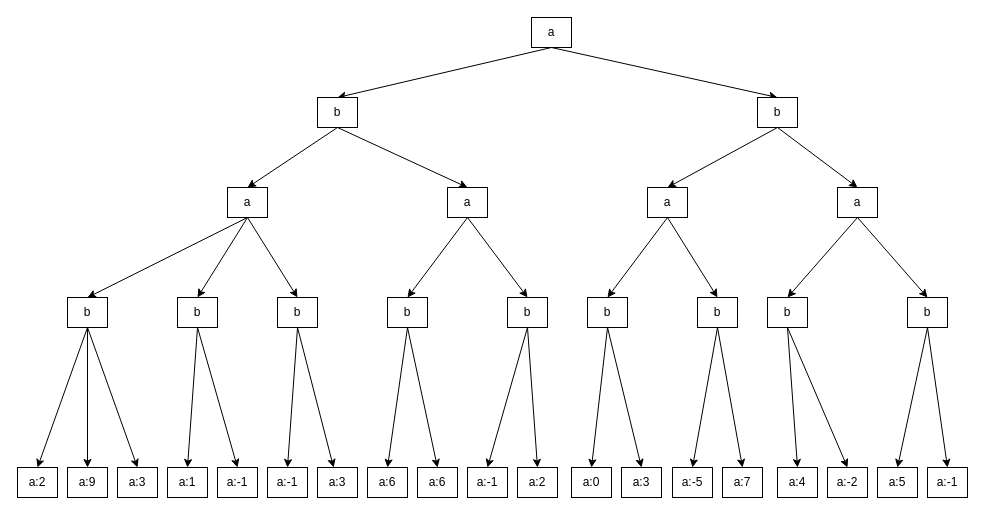
Earlier version of the draw.io diagram page "极小值极大值搜索" (1 of 3) of ai_panorama_lesson/ai_ panorama_lesson.drawio (narutozxp/iodraw). Source tidied: cells renumbered, new cells numbered last; positions are measured from the earlier drawing's top-left corner, leaving out a move shared by most shapes. Both pictures are drawn from the tidied source at 100%, with x=0, y=0 at pixel (17, 17).
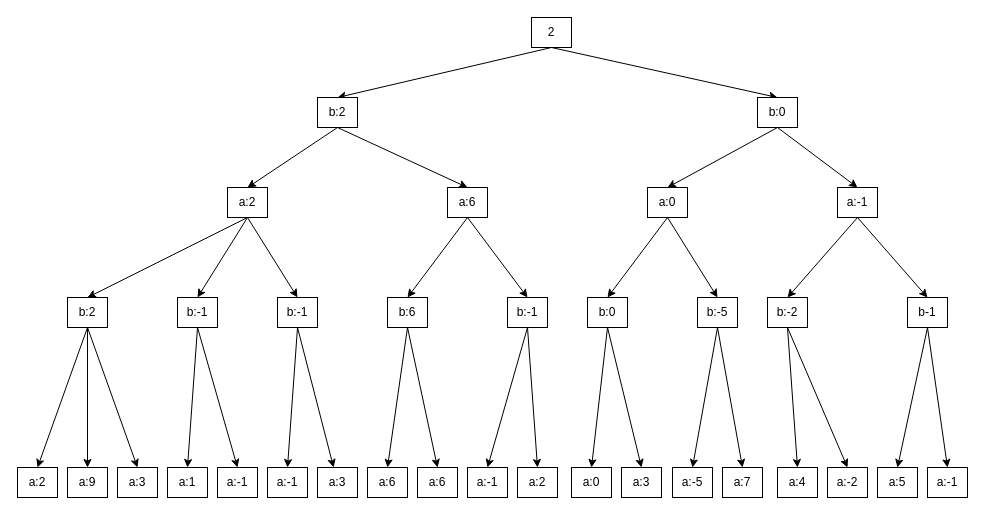
After the change.

Diff of the diagram source:
```diff
@@
-    <mxCell id="5" value="b" style="rounded=0;whiteSpace=wrap;html=1;" parent="1" vertex="1">
+    <mxCell id="5" value="b:2" style="rounded=0;whiteSpace=wrap;html=1;" parent="1" vertex="1">
       <mxGeometry x="50" y="280" width="40" height="30" as="geometry" />
     </mxCell>
@@
-    <mxCell id="8" value="b" style="rounded=0;whiteSpace=wrap;html=1;" parent="1" vertex="1">
+    <mxCell id="8" value="b:-1" style="rounded=0;whiteSpace=wrap;html=1;" parent="1" vertex="1">
       <mxGeometry x="160" y="280" width="40" height="30" as="geometry" />
     </mxCell>
@@
-    <mxCell id="11" value="b" style="rounded=0;whiteSpace=wrap;html=1;" parent="1" vertex="1">
+    <mxCell id="11" value="b:-1" style="rounded=0;whiteSpace=wrap;html=1;" parent="1" vertex="1">
       <mxGeometry x="260" y="280" width="40" height="30" as="geometry" />
     </mxCell>
@@
-    <mxCell id="14" value="a" style="rounded=0;whiteSpace=wrap;html=1;" parent="1" vertex="1">
+    <mxCell id="14" value="2" style="rounded=0;whiteSpace=wrap;html=1;" parent="1" vertex="1">
       <mxGeometry x="514" width="40" height="30" as="geometry" />
     </mxCell>
@@
-    <mxCell id="17" value="b" style="rounded=0;whiteSpace=wrap;html=1;" parent="1" vertex="1">
+    <mxCell id="17" value="b:2" style="rounded=0;whiteSpace=wrap;html=1;" parent="1" vertex="1">
       <mxGeometry x="300" y="80" width="40" height="30" as="geometry" />
     </mxCell>
@@
-    <mxCell id="20" value="b" style="rounded=0;whiteSpace=wrap;html=1;" parent="1" vertex="1">
+    <mxCell id="20" value="b:0" style="rounded=0;whiteSpace=wrap;html=1;" parent="1" vertex="1">
       <mxGeometry x="740" y="80" width="40" height="30" as="geometry" />
     </mxCell>
@@
-    <mxCell id="24" value="a" style="rounded=0;whiteSpace=wrap;html=1;" parent="1" vertex="1">
+    <mxCell id="24" value="a:2" style="rounded=0;whiteSpace=wrap;html=1;" parent="1" vertex="1">
       <mxGeometry x="210" y="170" width="40" height="30" as="geometry" />
     </mxCell>
@@
-    <mxCell id="27" value="a" style="rounded=0;whiteSpace=wrap;html=1;" parent="1" vertex="1">
+    <mxCell id="27" value="a:6" style="rounded=0;whiteSpace=wrap;html=1;" parent="1" vertex="1">
       <mxGeometry x="430" y="170" width="40" height="30" as="geometry" />
     </mxCell>
@@
-    <mxCell id="30" value="a" style="rounded=0;whiteSpace=wrap;html=1;" parent="1" vertex="1">
+    <mxCell id="30" value="a:0" style="rounded=0;whiteSpace=wrap;html=1;" parent="1" vertex="1">
       <mxGeometry x="630" y="170" width="40" height="30" as="geometry" />
     </mxCell>
@@
-    <mxCell id="33" value="a" style="rounded=0;whiteSpace=wrap;html=1;" parent="1" vertex="1">
+    <mxCell id="33" value="a:-1" style="rounded=0;whiteSpace=wrap;html=1;" parent="1" vertex="1">
       <mxGeometry x="820" y="170" width="40" height="30" as="geometry" />
     </mxCell>
@@
-    <mxCell id="36" value="b" style="rounded=0;whiteSpace=wrap;html=1;" parent="1" vertex="1">
+    <mxCell id="36" value="b:6" style="rounded=0;whiteSpace=wrap;html=1;" parent="1" vertex="1">
       <mxGeometry x="370" y="280" width="40" height="30" as="geometry" />
     </mxCell>
@@
-    <mxCell id="39" value="b" style="rounded=0;whiteSpace=wrap;html=1;" parent="1" vertex="1">
+    <mxCell id="39" value="b:-1" style="rounded=0;whiteSpace=wrap;html=1;" parent="1" vertex="1">
       <mxGeometry x="490" y="280" width="40" height="30" as="geometry" />
     </mxCell>
@@
-    <mxCell id="42" value="b" style="rounded=0;whiteSpace=wrap;html=1;" parent="1" vertex="1">
+    <mxCell id="42" value="b:0" style="rounded=0;whiteSpace=wrap;html=1;" parent="1" vertex="1">
       <mxGeometry x="570" y="280" width="40" height="30" as="geometry" />
     </mxCell>
@@
-    <mxCell id="45" value="b" style="rounded=0;whiteSpace=wrap;html=1;" parent="1" vertex="1">
+    <mxCell id="45" value="b:-5" style="rounded=0;whiteSpace=wrap;html=1;" parent="1" vertex="1">
       <mxGeometry x="680" y="280" width="40" height="30" as="geometry" />
     </mxCell>
@@
-    <mxCell id="48" value="b" style="rounded=0;whiteSpace=wrap;html=1;" parent="1" vertex="1">
+    <mxCell id="48" value="b:-2" style="rounded=0;whiteSpace=wrap;html=1;" parent="1" vertex="1">
       <mxGeometry x="750" y="280" width="40" height="30" as="geometry" />
     </mxCell>
@@
-    <mxCell id="51" value="b" style="rounded=0;whiteSpace=wrap;html=1;" parent="1" vertex="1">
+    <mxCell id="51" value="b-1" style="rounded=0;whiteSpace=wrap;html=1;" parent="1" vertex="1">
       <mxGeometry x="890" y="280" width="40" height="30" as="geometry" />
     </mxCell>
```
